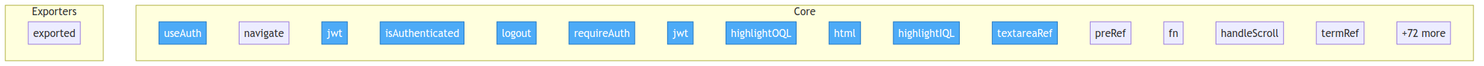
This is project/flow.png from oqlos/www, a Mermaid export, as it was before one commit. Its source is kept beside it as project/flow.mmd.
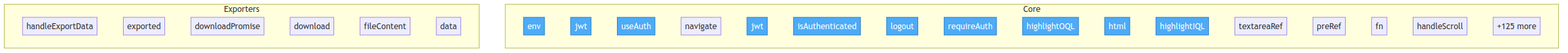
After the commit.

What changed in the source:
```diff
@@ -3,13 +3,14 @@
     classDef entry fill:#4dabf7,stroke:#1971c2,color:#fff
 
     subgraph Core
+        src__config__env["env"]
+        src__components__ProtectedRoute__jwt["jwt"]
         src__hooks__useAuth__useAuth["useAuth"]
         src__hooks__useAuth__navigate["navigate"]
         src__hooks__useAuth__jwt["jwt"]
         src__hooks__useAuth__isAuthenticated["isAuthenticated"]
         src__hooks__useAuth__logout["logout"]
         src__hooks__useAuth__requireAuth["requireAuth"]
-        src__components__ProtectedRoute__jwt["jwt"]
         src__components__CodeEditor__highlightOQL["highlightOQL"]
         src__components__CodeEditor__html["html"]
         src__components__CodeEditor__highlightIQL["highlightIQL"]
@@ -17,12 +18,16 @@
         src__components__CodeEditor__preRef["preRef"]
         src__components__CodeEditor__fn["fn"]
         src__components__CodeEditor__handleScroll["handleScroll"]
-        src__components__TerminalSim__termRef["termRef"]
-        ...["+72 more"]
+        ...["+125 more"]
     end
 
     subgraph Exporters
+        src__pages__Account__handleExportData["handleExportData"]
         src__utils__logger__spec__exported["exported"]
+        e2e__account_export__spec__downloadPromise["downloadPromise"]
+        e2e__account_export__spec__download["download"]
+        e2e__account_export__spec__fileContent["fileContent"]
+        e2e__account_export__spec__data["data"]
     end
 
-    class src__hooks__useAuth__useAuth,src__hooks__useAuth__jwt,src__hooks__useAuth__isAuthenticated,src__hooks__useAuth__logout,src__hooks__useAuth__requireAuth,src__components__ProtectedRoute__jwt,src__components__CodeEditor__highlightOQL,src__components__CodeEditor__html,src__components__CodeEditor__highlightIQL,src__components__CodeEditor__textareaRef entry
+    class src__config__env,src__components__ProtectedRoute__jwt,src__hooks__useAuth__useAuth,src__hooks__useAuth__jwt,src__hooks__useAuth__isAuthenticated,src__hooks__useAuth__logout,src__hooks__useAuth__requireAuth,src__components__CodeEditor__highlightOQL,src__components__CodeEditor__html,src__components__CodeEditor__highlightIQL entry
```
